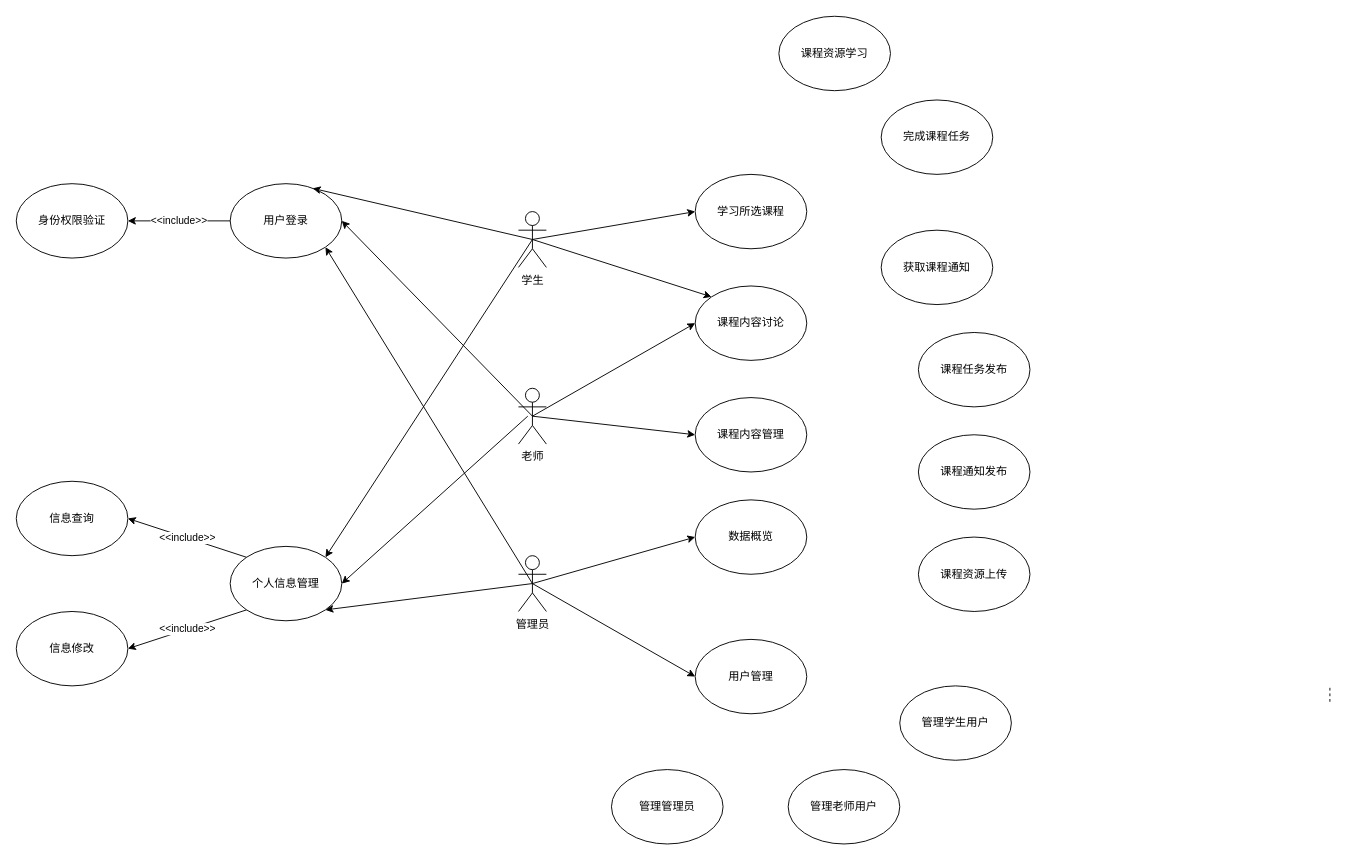
Earlier version of the draw.io diagram 未命名绘图.drawio (YuChenLiao/UML). Source tidied: cells renumbered, new cells numbered last; positions are measured from the earlier drawing's top-left corner, leaving out a move shared by most shapes. Both pictures are drawn from the tidied source at 93%, with x=0, y=0 at pixel (16, 16).
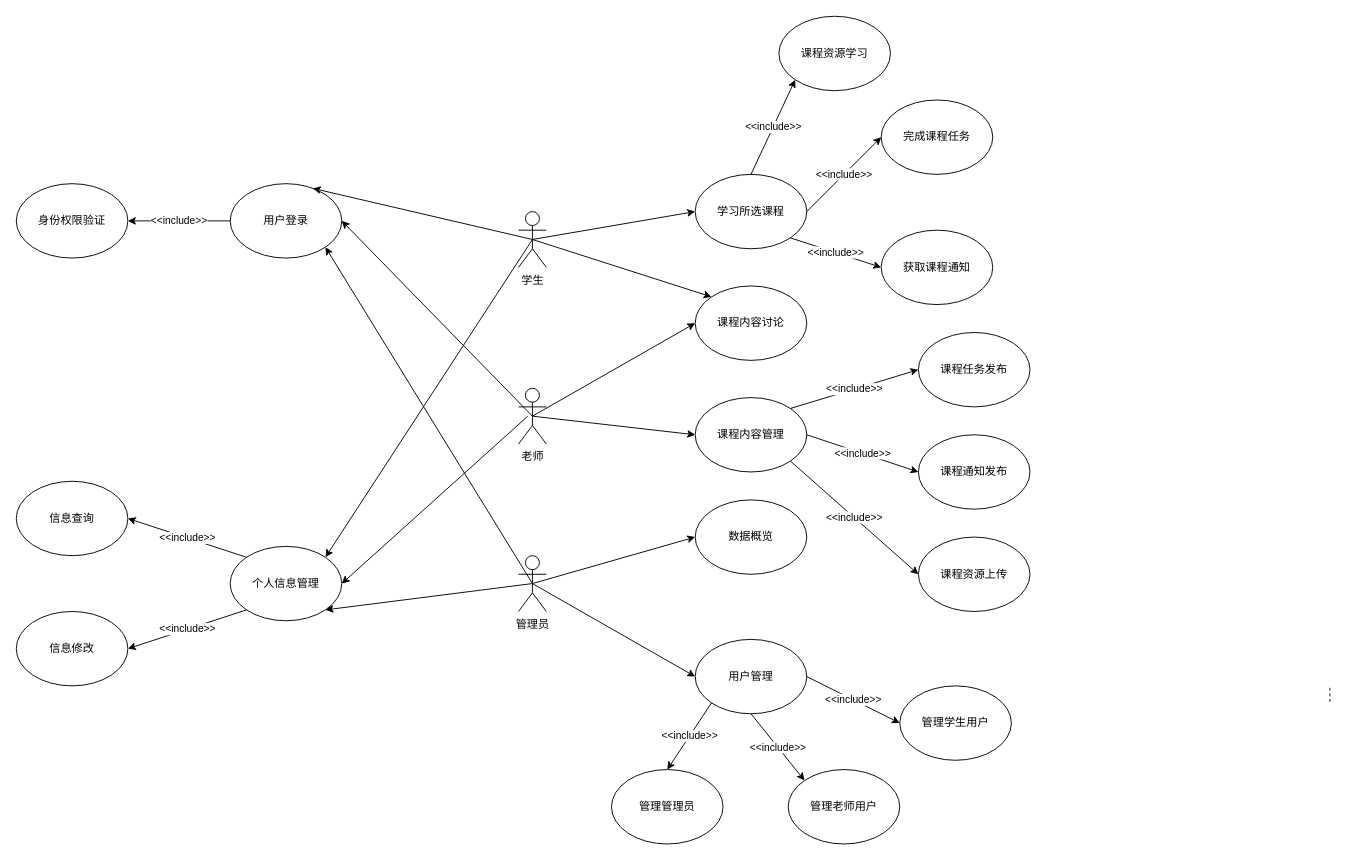
The same diagram, later.

Commit message:
系统用例图

Unchanged cells that the change refers to:
```xml
<mxCell id="14" value="学习所选课程" style="ellipse;whiteSpace=wrap;html=1;" parent="1" vertex="1">
  <mxGeometry x="730" y="170" width="120" height="80" as="geometry" />
</mxCell>
<mxCell id="16" value="课程内容管理" style="ellipse;whiteSpace=wrap;html=1;" parent="1" vertex="1">
  <mxGeometry x="730" y="410" width="120" height="80" as="geometry" />
</mxCell>
<mxCell id="17" value="用户管理" style="ellipse;whiteSpace=wrap;html=1;" parent="1" vertex="1">
  <mxGeometry x="730" y="670" width="120" height="80" as="geometry" />
</mxCell>
<mxCell id="31" value="课程资源学习" style="ellipse;whiteSpace=wrap;html=1;" parent="1" vertex="1">
  <mxGeometry x="820" width="120" height="80" as="geometry" />
</mxCell>
<mxCell id="32" value="完成课程任务" style="ellipse;whiteSpace=wrap;html=1;" parent="1" vertex="1">
  <mxGeometry x="930" y="90" width="120" height="80" as="geometry" />
</mxCell>
<mxCell id="33" value="获取课程通知" style="ellipse;whiteSpace=wrap;html=1;" parent="1" vertex="1">
  <mxGeometry x="930" y="230" width="120" height="80" as="geometry" />
</mxCell>
<mxCell id="34" value="课程任务发布" style="ellipse;whiteSpace=wrap;html=1;" parent="1" vertex="1">
  <mxGeometry x="970" y="340" width="120" height="80" as="geometry" />
</mxCell>
<mxCell id="35" value="课程通知发布" style="ellipse;whiteSpace=wrap;html=1;" parent="1" vertex="1">
  <mxGeometry x="970" y="450" width="120" height="80" as="geometry" />
</mxCell>
<mxCell id="36" value="课程资源上传" style="ellipse;whiteSpace=wrap;html=1;" parent="1" vertex="1">
  <mxGeometry x="970" y="560" width="120" height="80" as="geometry" />
</mxCell>
<mxCell id="37" value="管理老师用户" style="ellipse;whiteSpace=wrap;html=1;" parent="1" vertex="1">
  <mxGeometry x="830" y="810" width="120" height="80" as="geometry" />
</mxCell>
<mxCell id="38" value="管理学生用户" style="ellipse;whiteSpace=wrap;html=1;" parent="1" vertex="1">
  <mxGeometry x="950" y="720" width="120" height="80" as="geometry" />
</mxCell>
<mxCell id="39" value="管理管理员" style="ellipse;whiteSpace=wrap;html=1;" parent="1" vertex="1">
  <mxGeometry x="640" y="810" width="120" height="80" as="geometry" />
</mxCell>
```

Diff of the diagram source:
```diff
@@
+    <mxCell id="40" value="&amp;lt;&amp;lt;include&amp;gt;&amp;gt;" style="endArrow=classic;html=1;rounded=0;exitX=0.5;exitY=0;exitDx=0;exitDy=0;entryX=0;entryY=1;entryDx=0;entryDy=0;" parent="1" edge="1" source="14" target="31">
+      <mxGeometry relative="1" as="geometry" />
+    </mxCell>
+    <mxCell id="41" value="&amp;lt;&amp;lt;include&amp;gt;&amp;gt;" style="endArrow=classic;html=1;rounded=0;exitX=1;exitY=0.5;exitDx=0;exitDy=0;entryX=0;entryY=0.5;entryDx=0;entryDy=0;" parent="1" edge="1" source="14" target="32">
+      <mxGeometry relative="1" as="geometry" />
+    </mxCell>
+    <mxCell id="42" value="&amp;lt;&amp;lt;include&amp;gt;&amp;gt;" style="endArrow=classic;html=1;rounded=0;exitX=1;exitY=1;exitDx=0;exitDy=0;entryX=0;entryY=0.5;entryDx=0;entryDy=0;" parent="1" edge="1" source="14" target="33">
+      <mxGeometry relative="1" as="geometry" />
+    </mxCell>
+    <mxCell id="43" value="&amp;lt;&amp;lt;include&amp;gt;&amp;gt;" style="endArrow=classic;html=1;rounded=0;exitX=1;exitY=0;exitDx=0;exitDy=0;entryX=0;entryY=0.5;entryDx=0;entryDy=0;" parent="1" edge="1" source="16" target="34">
+      <mxGeometry relative="1" as="geometry" />
+    </mxCell>
+    <mxCell id="44" value="&amp;lt;&amp;lt;include&amp;gt;&amp;gt;" style="endArrow=classic;html=1;rounded=0;exitX=1;exitY=0.5;exitDx=0;exitDy=0;entryX=0;entryY=0.5;entryDx=0;entryDy=0;" parent="1" edge="1" source="16" target="35">
+      <mxGeometry relative="1" as="geometry" />
+    </mxCell>
+    <mxCell id="45" value="&amp;lt;&amp;lt;include&amp;gt;&amp;gt;" style="endArrow=classic;html=1;rounded=0;exitX=1;exitY=1;exitDx=0;exitDy=0;entryX=0;entryY=0.5;entryDx=0;entryDy=0;" parent="1" edge="1" source="16" target="36">
+      <mxGeometry relative="1" as="geometry" />
+    </mxCell>
+    <mxCell id="46" value="&amp;lt;&amp;lt;include&amp;gt;&amp;gt;" style="endArrow=classic;html=1;rounded=0;exitX=1;exitY=0.5;exitDx=0;exitDy=0;entryX=0;entryY=0.5;entryDx=0;entryDy=0;" parent="1" edge="1" source="17" target="38">
+      <mxGeometry relative="1" as="geometry" />
+    </mxCell>
+    <mxCell id="47" value="&amp;lt;&amp;lt;include&amp;gt;&amp;gt;" style="endArrow=classic;html=1;rounded=0;exitX=0.5;exitY=1;exitDx=0;exitDy=0;entryX=0;entryY=0;entryDx=0;entryDy=0;" parent="1" edge="1" source="17" target="37">
+      <mxGeometry relative="1" as="geometry" />
+    </mxCell>
+    <mxCell id="48" value="&amp;lt;&amp;lt;include&amp;gt;&amp;gt;" style="endArrow=classic;html=1;rounded=0;exitX=0;exitY=1;exitDx=0;exitDy=0;entryX=0.5;entryY=0;entryDx=0;entryDy=0;" parent="1" edge="1" source="17" target="39">
+      <mxGeometry relative="1" as="geometry" />
+    </mxCell>
```
